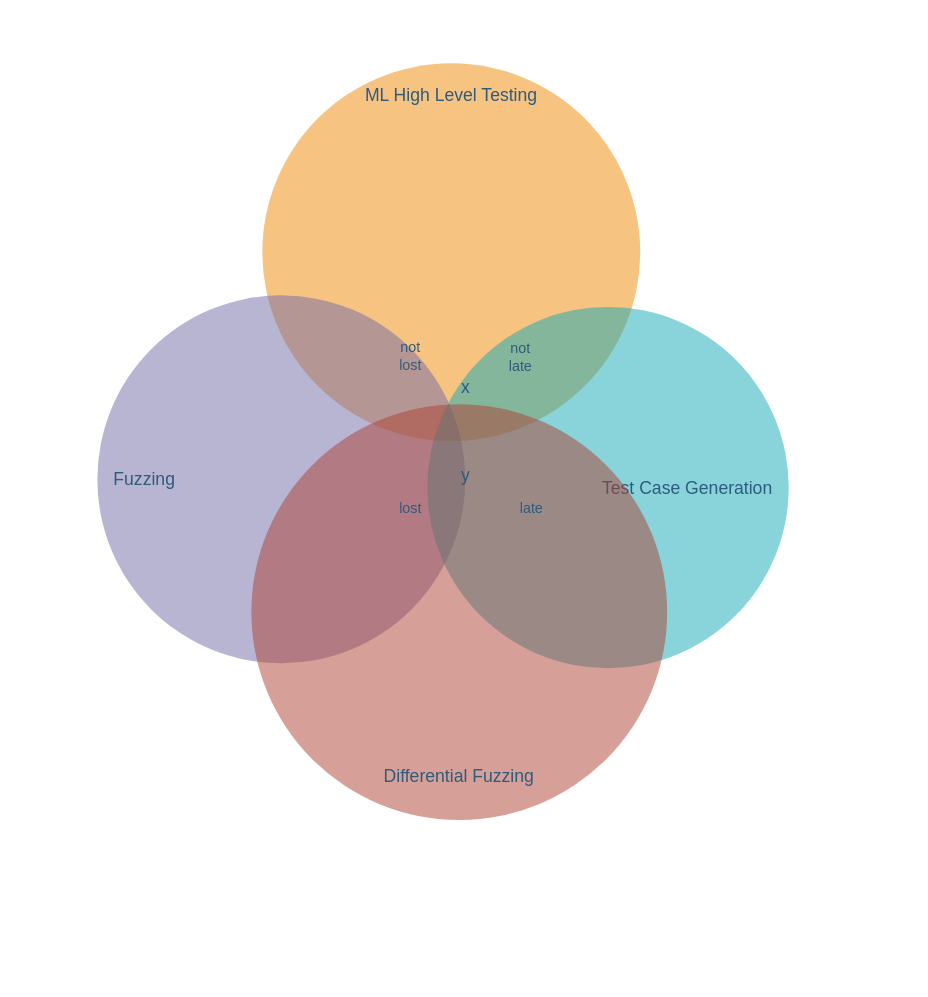
GloC99/diagrams keeps this draw.io diagram as venn.drawio. Above is the earlier version. Source tidied: cells renumbered, new cells numbered last; positions are measured from the earlier drawing's top-left corner, leaving out a move shared by most shapes. Both pictures are drawn from the tidied source at 110%, with x=0, y=0 at pixel (97, 63).
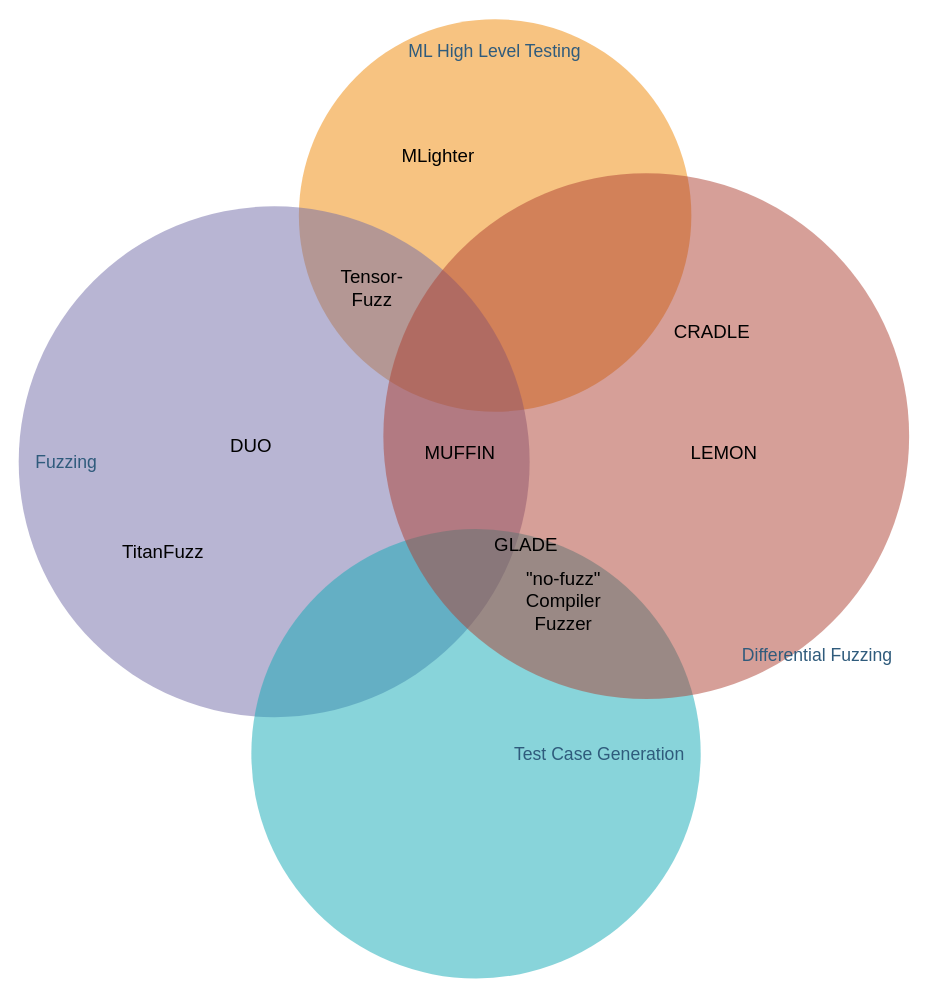
Above is the later version.

Change to the diagram source:
```diff
@@
 <mxGraphModel>
   <root>
     <mxCell id="0" />
     <mxCell id="1" parent="0" />
     <mxCell id="2" value="&lt;div style=&quot;text-align: center; font-size: 16px;&quot;&gt;&lt;span style=&quot;font-size: 16px;&quot;&gt;ML High Level Testing&lt;/span&gt;&lt;/div&gt;" style="ellipse;whiteSpace=wrap;html=1;rounded=1;shadow=0;glass=0;labelBackgroundColor=none;strokeColor=none;strokeWidth=1;fillColor=#F08705;gradientColor=none;fontFamily=Helvetica;fontSize=16;fontColor=#2F5B7C;align=center;opacity=50;verticalAlign=top;spacing=15;" parent="1" vertex="1">
-      <mxGeometry x="150" width="343.5" height="343.5" as="geometry" />
+      <mxGeometry x="183.2" y="-40" width="356.8" height="356.8" as="geometry" />
     </mxCell>
     <mxCell id="3" value="Fuzzing" style="ellipse;whiteSpace=wrap;html=1;rounded=1;shadow=0;glass=0;labelBackgroundColor=none;strokeColor=none;strokeWidth=1;fillColor=#736CA8;gradientColor=none;fontFamily=Helvetica;fontSize=16;fontColor=#2F5B7C;align=left;opacity=50;spacing=15;" parent="1" vertex="1">
-      <mxGeometry y="211" width="334.5" height="334.5" as="geometry" />
+      <mxGeometry x="-71.5" y="130" width="464.5" height="464.5" as="geometry" />
     </mxCell>
     <mxCell id="4" value="Test Case Generation" style="ellipse;whiteSpace=wrap;html=1;rounded=1;shadow=0;glass=0;labelBackgroundColor=none;strokeColor=none;strokeWidth=1;fillColor=#12AAB5;gradientColor=none;fontFamily=Helvetica;fontSize=16;fontColor=#2F5B7C;align=right;opacity=50;spacing=15;" parent="1" vertex="1">
-      <mxGeometry x="300" y="221.5" width="328.5" height="328.5" as="geometry" />
+      <mxGeometry x="140" y="423.5" width="408.5" height="408.5" as="geometry" />
     </mxCell>
-    <mxCell id="5" value="&lt;div style=&quot;text-align: center; font-size: 16px;&quot;&gt;&lt;span style=&quot;font-size: 16px;&quot;&gt;Differential Fuzzing&lt;/span&gt;&lt;/div&gt;" style="ellipse;whiteSpace=wrap;html=1;rounded=1;shadow=0;glass=0;labelBackgroundColor=none;strokeColor=none;strokeWidth=1;fillColor=#AE4132;gradientColor=none;fontFamily=Helvetica;fontSize=16;fontColor=#2F5B7C;align=center;opacity=50;verticalAlign=bottom;spacingBottom=15;spacing=15;" parent="1" vertex="1">
-      <mxGeometry x="140" y="310" width="378" height="378" as="geometry" />
+    <mxCell id="5" value="&lt;div style=&quot;font-size: 16px;&quot;&gt;&lt;span style=&quot;font-size: 16px;&quot;&gt;Differential Fuzzing&lt;/span&gt;&lt;/div&gt;" style="ellipse;whiteSpace=wrap;html=1;rounded=1;shadow=0;glass=0;labelBackgroundColor=none;strokeColor=none;strokeWidth=1;fillColor=#AE4132;gradientColor=none;fontFamily=Helvetica;fontSize=16;fontColor=#2F5B7C;align=right;opacity=50;verticalAlign=bottom;spacingBottom=15;spacing=15;rotation=0;" parent="1" vertex="1">
+      <mxGeometry x="260" y="100" width="478" height="478" as="geometry" />
     </mxCell>
-    <mxCell id="6" value="y" style="text;html=1;strokeColor=none;fillColor=none;align=center;verticalAlign=middle;whiteSpace=wrap;rounded=0;shadow=0;glass=0;labelBackgroundColor=none;fontFamily=Helvetica;fontSize=16;fontColor=#2F5B7C;" parent="1" vertex="1">
-      <mxGeometry x="314.5" y="363.5" width="40" height="20" as="geometry" />
-    </mxCell>
-    <mxCell id="7" value="x" style="text;html=1;strokeColor=none;fillColor=none;align=center;verticalAlign=middle;whiteSpace=wrap;rounded=0;shadow=0;glass=0;labelBackgroundColor=none;fontFamily=Helvetica;fontSize=16;fontColor=#2F5B7C;" parent="1" vertex="1">
-      <mxGeometry x="314.5" y="283.5" width="40" height="20" as="geometry" />
-    </mxCell>
-    <mxCell id="8" value="not late" style="text;html=1;strokeColor=none;fillColor=none;align=center;verticalAlign=middle;whiteSpace=wrap;rounded=0;shadow=0;glass=0;labelBackgroundColor=none;fontFamily=Helvetica;fontSize=13;fontColor=#2F5B7C;" parent="1" vertex="1">
-      <mxGeometry x="364.5" y="256.5" width="40" height="20" as="geometry" />
-    </mxCell>
-    <mxCell id="9" value="late" style="text;html=1;strokeColor=none;fillColor=none;align=center;verticalAlign=middle;whiteSpace=wrap;rounded=0;shadow=0;glass=0;labelBackgroundColor=none;fontFamily=Helvetica;fontSize=13;fontColor=#2F5B7C;" parent="1" vertex="1">
-      <mxGeometry x="374.5" y="393.5" width="40" height="20" as="geometry" />
-    </mxCell>
-    <mxCell id="10" value="lost" style="text;html=1;strokeColor=none;fillColor=none;align=center;verticalAlign=middle;whiteSpace=wrap;rounded=0;shadow=0;glass=0;labelBackgroundColor=none;fontFamily=Helvetica;fontSize=13;fontColor=#2F5B7C;" parent="1" vertex="1">
-      <mxGeometry x="264.5" y="393.5" width="40" height="20" as="geometry" />
-    </mxCell>
-    <mxCell id="11" value="not lost" style="text;html=1;strokeColor=none;fillColor=none;align=center;verticalAlign=middle;whiteSpace=wrap;rounded=0;shadow=0;glass=0;labelBackgroundColor=none;fontFamily=Helvetica;fontSize=13;fontColor=#2F5B7C;" parent="1" vertex="1">
-      <mxGeometry x="264.5" y="256" width="40" height="20" as="geometry" />
-    </mxCell>
+    <mxCell id="12" value="MLighter" style="text;html=1;align=center;verticalAlign=middle;whiteSpace=wrap;rounded=0;fontSize=17;" parent="1" vertex="1">
+      <mxGeometry x="280" y="70" width="60" height="30" as="geometry" />
+    </mxCell>
+    <mxCell id="13" value="GLADE" style="text;html=1;align=center;verticalAlign=middle;whiteSpace=wrap;rounded=0;fontSize=17;" parent="1" vertex="1">
+      <mxGeometry x="360" y="423.5" width="60" height="30" as="geometry" />
+    </mxCell>
+    <mxCell id="14" value="&quot;no-fuzz&quot; Compiler Fuzzer" style="text;html=1;align=center;verticalAlign=middle;whiteSpace=wrap;rounded=0;fontSize=17;" parent="1" vertex="1">
+      <mxGeometry x="393" y="450" width="61.6" height="80" as="geometry" />
+    </mxCell>
+    <mxCell id="15" value="CRADLE" style="text;html=1;align=center;verticalAlign=middle;whiteSpace=wrap;rounded=0;fontSize=17;" parent="1" vertex="1">
+      <mxGeometry x="529" y="230" width="60" height="30" as="geometry" />
+    </mxCell>
+    <mxCell id="16" value="LEMON" style="text;html=1;align=center;verticalAlign=middle;whiteSpace=wrap;rounded=0;fontSize=17;" parent="1" vertex="1">
+      <mxGeometry x="540" y="340" width="60" height="30" as="geometry" />
+    </mxCell>
+    <mxCell id="17" value="MUFFIN" style="text;html=1;align=center;verticalAlign=middle;whiteSpace=wrap;rounded=0;fontSize=17;" parent="1" vertex="1">
+      <mxGeometry x="300" y="340" width="60" height="30" as="geometry" />
+    </mxCell>
+    <mxCell id="18" value="DUO" style="text;html=1;align=center;verticalAlign=middle;whiteSpace=wrap;rounded=0;fontSize=17;" parent="1" vertex="1">
+      <mxGeometry x="110" y="334" width="60" height="30" as="geometry" />
+    </mxCell>
+    <mxCell id="19" value="Tensor-Fuzz" style="text;html=1;align=center;verticalAlign=middle;whiteSpace=wrap;rounded=0;fontSize=17;" parent="1" vertex="1">
+      <mxGeometry x="220" y="190" width="60" height="30" as="geometry" />
+    </mxCell>
+    <mxCell id="20" value="TitanFuzz" style="text;html=1;align=center;verticalAlign=middle;whiteSpace=wrap;rounded=0;fontSize=17;" parent="1" vertex="1">
+      <mxGeometry x="30" y="430" width="60" height="30" as="geometry" />
+    </mxCell>
   </root>
 </mxGraphModel>
```
